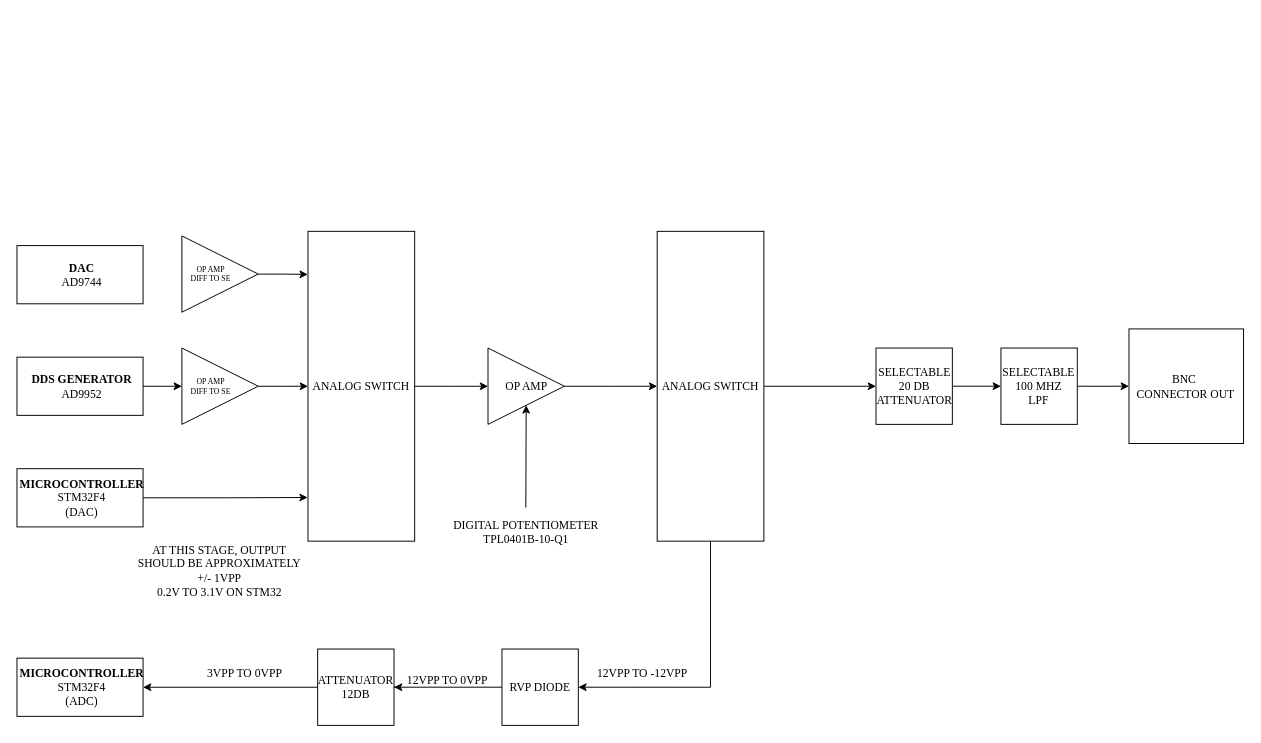
The draw.io diagram page "Signal Conditioning" (4 of 4) of 1_hw/01_block_diagram/arb.drawio in brzyzek/arb, before the edit. Source tidied: cells renumbered, new cells numbered last; positions are measured from the earlier drawing's top-left corner, leaving out a move shared by most shapes. Both pictures are drawn from the tidied source at 97%, with x=0, y=0 at pixel (16, 231).
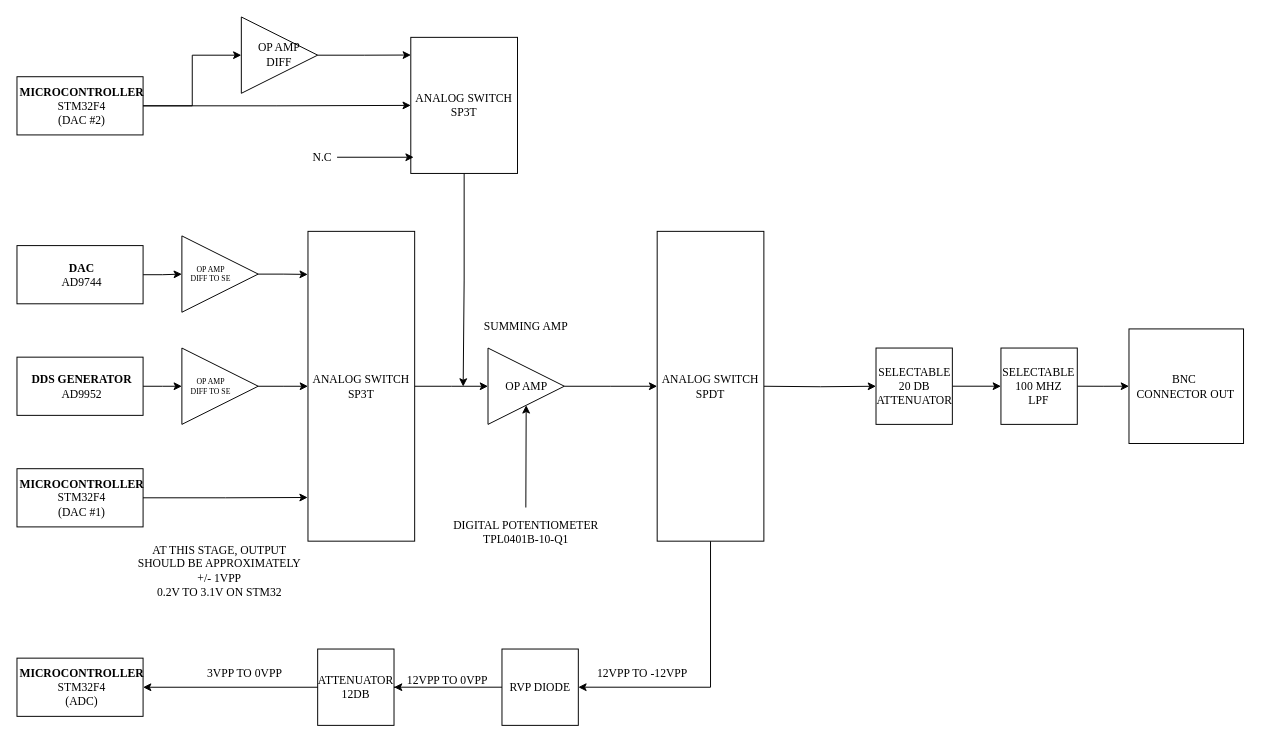
The same diagram, later.

The change refers to these unchanged cells:
```xml
<mxCell id="4" value="OP AMP" style="triangle;whiteSpace=wrap;html=1;fontFamily=Times New Roman;align=center;" parent="1" vertex="1">
  <mxGeometry x="485.6" y="120.3" width="78.7" height="78.7" as="geometry" />
</mxCell>
<mxCell id="8" value="&lt;b&gt;DAC&lt;/b&gt;&lt;div&gt;AD9744&lt;/div&gt;" style="rounded=0;whiteSpace=wrap;html=1;align=center;verticalAlign=middle;labelPosition=center;verticalLabelPosition=middle;spacing=2;spacingLeft=4;fontFamily=Times New Roman;" parent="1" vertex="1">
  <mxGeometry y="14.7" width="130" height="60" as="geometry" />
</mxCell>
<mxCell id="13" value="OP AMP&lt;div style=&quot;font-size: 8px;&quot;&gt;DIFF TO SE&lt;/div&gt;" style="triangle;whiteSpace=wrap;html=1;fontFamily=Times New Roman;align=center;fontSize=8;spacingLeft=-19.685;" parent="1" vertex="1">
  <mxGeometry x="170" y="4.7" width="78.7" height="78.7" as="geometry" />
</mxCell>
<mxCell id="22" value="&lt;div&gt;SELECTABLE&lt;/div&gt;20 DB ATTENUATOR" style="rounded=0;whiteSpace=wrap;html=1;fontFamily=Times New Roman;glass=0;shadow=0;" parent="1" vertex="1">
  <mxGeometry x="885.6" y="120.3" width="78.7" height="78.7" as="geometry" />
</mxCell>
<mxCell id="30" value="RVP DIODE" style="rounded=0;whiteSpace=wrap;html=1;fontFamily=Times New Roman;glass=0;shadow=0;" parent="1" vertex="1">
  <mxGeometry x="500" y="430.6" width="78.7" height="78.7" as="geometry" />
</mxCell>
```

Change to the diagram source:
```diff
@@
-    <mxCell id="2" value="&lt;b&gt;MICROCONTROLLER&lt;br&gt;&lt;/b&gt;STM32F4&lt;div&gt;(DAC)&lt;/div&gt;" style="rounded=0;whiteSpace=wrap;html=1;align=center;verticalAlign=middle;labelPosition=center;verticalLabelPosition=middle;spacing=2;spacingLeft=4;fontFamily=Times New Roman;" parent="1" vertex="1">
+    <mxCell id="2" value="&lt;b&gt;MICROCONTROLLER&lt;br&gt;&lt;/b&gt;STM32F4&lt;div&gt;(DAC #1)&lt;/div&gt;" style="rounded=0;whiteSpace=wrap;html=1;align=center;verticalAlign=middle;labelPosition=center;verticalLabelPosition=middle;spacing=2;spacingLeft=4;fontFamily=Times New Roman;" parent="1" vertex="1">
       <mxGeometry y="244.7" width="130" height="60" as="geometry" />
     </mxCell>
-    <mxCell id="3" style="edgeStyle=orthogonalEdgeStyle;rounded=0;jettySize=auto;html=1;" parent="1" edge="1" source="4" target="25">
-      <mxGeometry relative="1" as="geometry" />
+    <mxCell id="3" style="edgeStyle=orthogonalEdgeStyle;rounded=0;jettySize=auto;html=1;" parent="1" edge="1" source="4">
+      <mxGeometry relative="1" as="geometry">
+        <mxPoint x="660" y="159.7" as="targetPoint" />
+      </mxGeometry>
     </mxCell>
@@
+    <mxCell id="34" style="edgeStyle=orthogonalEdgeStyle;rounded=0;jettySize=auto;html=1;" parent="1" edge="1" source="8" target="13">
+      <mxGeometry relative="1" as="geometry" />
+    </mxCell>
@@
-    <mxCell id="15" value="ANALOG SWITCH" style="rounded=0;whiteSpace=wrap;html=1;fontFamily=Times New Roman;glass=0;shadow=0;" parent="1" vertex="1">
+    <mxCell id="15" value="ANALOG SWITCH&lt;div&gt;SP3T&lt;/div&gt;" style="rounded=0;whiteSpace=wrap;html=1;fontFamily=Times New Roman;glass=0;shadow=0;" parent="1" vertex="1">
       <mxGeometry x="300" width="110" height="319.4" as="geometry" />
     </mxCell>
@@
-    <mxCell id="23" style="edgeStyle=orthogonalEdgeStyle;rounded=0;jettySize=auto;html=1;" parent="1" edge="1" source="25" target="22">
-      <mxGeometry relative="1" as="geometry" />
+    <mxCell id="23" style="edgeStyle=orthogonalEdgeStyle;rounded=0;jettySize=auto;html=1;" parent="1" edge="1" target="22">
+      <mxGeometry relative="1" as="geometry">
+        <mxPoint x="770" y="159.7" as="sourcePoint" />
+      </mxGeometry>
     </mxCell>
@@
-    <mxCell id="25" value="ANALOG SWITCH" style="rounded=0;whiteSpace=wrap;html=1;fontFamily=Times New Roman;glass=0;shadow=0;" parent="1" vertex="1">
-      <mxGeometry x="660" width="110" height="319.4" as="geometry" />
-    </mxCell>
@@
-    <mxCell id="27" style="edgeStyle=orthogonalEdgeStyle;rounded=0;jettySize=auto;html=1;entryX=1;entryY=0.5;entryDx=0;entryDy=0;exitX=0.5;exitY=1;exitDx=0;exitDy=0;" parent="1" edge="1" source="25" target="30">
-      <mxGeometry relative="1" as="geometry" />
-    </mxCell>
@@
+    <mxCell id="35" style="edgeStyle=orthogonalEdgeStyle;rounded=0;jettySize=auto;html=1;entryX=1;entryY=0.5;entryDx=0;entryDy=0;exitX=0.5;exitY=1;exitDx=0;exitDy=0;" parent="1" edge="1" source="36" target="30">
+      <mxGeometry relative="1" as="geometry" />
+    </mxCell>
+    <mxCell id="36" value="ANALOG SWITCH&lt;div&gt;SPDT&lt;/div&gt;" style="rounded=0;whiteSpace=wrap;html=1;fontFamily=Times New Roman;glass=0;shadow=0;" parent="1" vertex="1">
+      <mxGeometry x="660" width="110" height="319.4" as="geometry" />
+    </mxCell>
+    <mxCell id="37" style="edgeStyle=orthogonalEdgeStyle;rounded=0;jettySize=auto;html=1;entryX=0;entryY=0.5;entryDx=0;entryDy=0;" parent="1" edge="1" source="39" target="41">
+      <mxGeometry relative="1" as="geometry" />
+    </mxCell>
+    <mxCell id="38" style="edgeStyle=orthogonalEdgeStyle;rounded=0;jettySize=auto;html=1;" parent="1" edge="1" source="39" target="42">
+      <mxGeometry relative="1" as="geometry" />
+    </mxCell>
+    <mxCell id="39" value="&lt;b&gt;MICROCONTROLLER&lt;br&gt;&lt;/b&gt;STM32F4&lt;div&gt;(DAC #2)&lt;/div&gt;" style="rounded=0;whiteSpace=wrap;html=1;align=center;verticalAlign=middle;labelPosition=center;verticalLabelPosition=middle;spacing=2;spacingLeft=4;fontFamily=Times New Roman;" parent="1" vertex="1">
+      <mxGeometry y="-159.4" width="130" height="60" as="geometry" />
+    </mxCell>
+    <mxCell id="40" style="edgeStyle=orthogonalEdgeStyle;rounded=0;jettySize=auto;html=1;" parent="1" edge="1" source="41">
+      <mxGeometry relative="1" as="geometry">
+        <mxPoint x="460" y="160" as="targetPoint" />
+      </mxGeometry>
+    </mxCell>
+    <mxCell id="41" value="ANALOG SWITCH&lt;div&gt;SP3T&lt;/div&gt;" style="rounded=0;whiteSpace=wrap;html=1;fontFamily=Times New Roman;glass=0;shadow=0;" parent="1" vertex="1">
+      <mxGeometry x="406" y="-200" width="110" height="140.3" as="geometry" />
+    </mxCell>
+    <mxCell id="42" value="OP AMP&lt;div&gt;DIFF&lt;/div&gt;" style="triangle;whiteSpace=wrap;html=1;fontFamily=Times New Roman;align=center;" parent="1" vertex="1">
+      <mxGeometry x="231.3" y="-221" width="78.7" height="78.7" as="geometry" />
+    </mxCell>
+    <mxCell id="43" style="edgeStyle=orthogonalEdgeStyle;rounded=0;jettySize=auto;html=1;entryX=0.001;entryY=0.13;entryDx=0;entryDy=0;entryPerimeter=0;" parent="1" edge="1" source="42" target="41">
+      <mxGeometry relative="1" as="geometry" />
+    </mxCell>
+    <mxCell id="44" value="N.C" style="text;strokeColor=none;align=center;fillColor=none;html=1;verticalAlign=middle;whiteSpace=wrap;rounded=0;fontFamily=Times New Roman;" parent="1" vertex="1">
+      <mxGeometry x="300" y="-91.4" width="30" height="30" as="geometry" />
+    </mxCell>
+    <mxCell id="45" style="edgeStyle=orthogonalEdgeStyle;rounded=0;jettySize=auto;html=1;entryX=0.027;entryY=0.881;entryDx=0;entryDy=0;entryPerimeter=0;" parent="1" edge="1" source="44" target="41">
+      <mxGeometry relative="1" as="geometry" />
+    </mxCell>
+    <mxCell id="46" value="SUMMING AMP" style="text;strokeColor=none;align=center;fillColor=none;html=1;verticalAlign=middle;whiteSpace=wrap;rounded=0;fontFamily=Times New Roman;" parent="1" vertex="1">
+      <mxGeometry x="470" y="83.4" width="110" height="30" as="geometry" />
+    </mxCell>
```
